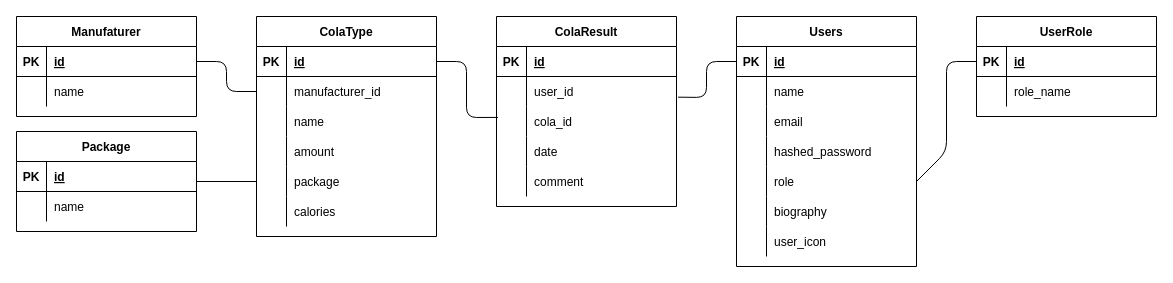
tuki9ko/cola_aketa keeps this draw.io diagram as document/scheme.drawio. Above is the earlier version. Source tidied: cells renumbered, new cells numbered last; positions are measured from the earlier drawing's top-left corner, leaving out a move shared by most shapes. Both pictures are drawn from the tidied source at 100%, with x=0, y=0 at pixel (16, 16).
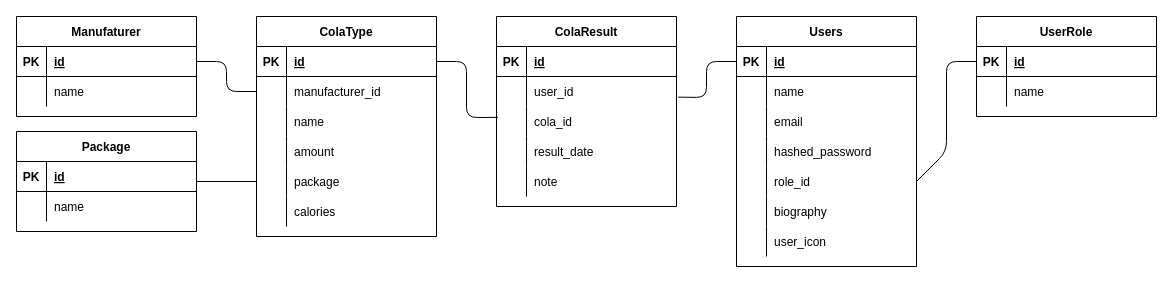
The same page after the edit.

Commit message:
ドキュメントのカラム名変更

The change refers to these unchanged cells:
```xml
<mxCell id="15" style="shape=partialRectangle;fillColor=none;top=0;left=0;bottom=0;right=0;points=[[0,0.5],[1,0.5]];portConstraint=eastwest;" parent="2" vertex="1">
  <mxGeometry y="150" width="180" height="30" as="geometry" />
</mxCell>
<mxCell id="28" style="shape=partialRectangle;fillColor=none;top=0;left=0;bottom=0;right=0;" parent="24" vertex="1">
  <mxGeometry y="60" width="180" height="30" as="geometry" />
</mxCell>
<mxCell id="61" style="shape=partialRectangle;fillColor=none;top=0;left=0;bottom=0;right=0;" parent="51" vertex="1">
  <mxGeometry y="120" width="180" height="30" as="geometry" />
</mxCell>
<mxCell id="64" style="shape=partialRectangle;fillColor=none;top=0;left=0;bottom=0;right=0;" parent="51" vertex="1">
  <mxGeometry y="150" width="180" height="30" as="geometry" />
</mxCell>
```

What changed in the source:
```diff
@@
-    <mxCell id="17" value="role" style="shape=partialRectangle;fillColor=none;top=0;left=0;bottom=0;right=0;align=left;spacingLeft=6;overflow=hidden;" parent="15" vertex="1">
+    <mxCell id="17" value="role_id" style="shape=partialRectangle;fillColor=none;top=0;left=0;bottom=0;right=0;align=left;spacingLeft=6;overflow=hidden;" parent="15" vertex="1">
       <mxGeometry x="30" width="150" height="30" as="geometry" />
     </mxCell>
@@
-    <mxCell id="30" value="role_name" style="shape=partialRectangle;fillColor=none;top=0;left=0;bottom=0;right=0;align=left;spacingLeft=6;overflow=hidden;" parent="28" vertex="1">
+    <mxCell id="30" value="name" style="shape=partialRectangle;fillColor=none;top=0;left=0;bottom=0;right=0;align=left;spacingLeft=6;overflow=hidden;" parent="28" vertex="1">
       <mxGeometry x="30" width="150" height="30" as="geometry" />
     </mxCell>
@@
-    <mxCell id="63" value="date" style="shape=partialRectangle;fillColor=none;top=0;left=0;bottom=0;right=0;align=left;spacingLeft=6;overflow=hidden;" parent="61" vertex="1">
+    <mxCell id="63" value="result_date" style="shape=partialRectangle;fillColor=none;top=0;left=0;bottom=0;right=0;align=left;spacingLeft=6;overflow=hidden;" parent="61" vertex="1">
       <mxGeometry x="30" width="150" height="30" as="geometry" />
     </mxCell>
@@
-    <mxCell id="66" value="comment" style="shape=partialRectangle;fillColor=none;top=0;left=0;bottom=0;right=0;align=left;spacingLeft=6;overflow=hidden;" parent="64" vertex="1">
+    <mxCell id="66" value="note" style="shape=partialRectangle;fillColor=none;top=0;left=0;bottom=0;right=0;align=left;spacingLeft=6;overflow=hidden;" parent="64" vertex="1">
       <mxGeometry x="30" width="150" height="30" as="geometry" />
     </mxCell>
```
